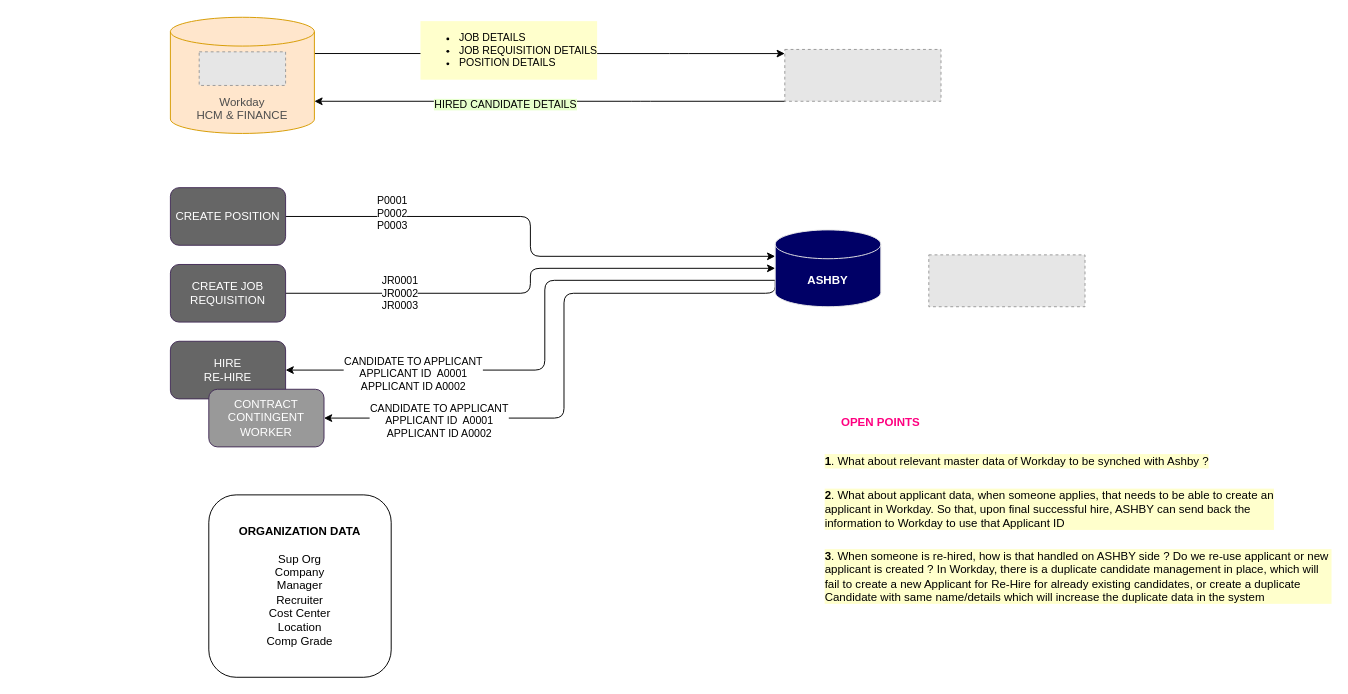
sandyaroma/sandyaroma keeps this draw.io diagram as ASHBY Recruiting Integration.drawio. Above is the earlier version. Source tidied: cells renumbered, new cells numbered last; positions are measured from the earlier drawing's top-left corner, leaving out a move shared by most shapes. Both pictures are drawn from the tidied source at 96%, with x=0, y=0 at pixel (16, 16). Pictures stored in the file or linked from it are replaced by grey dashed boxes.
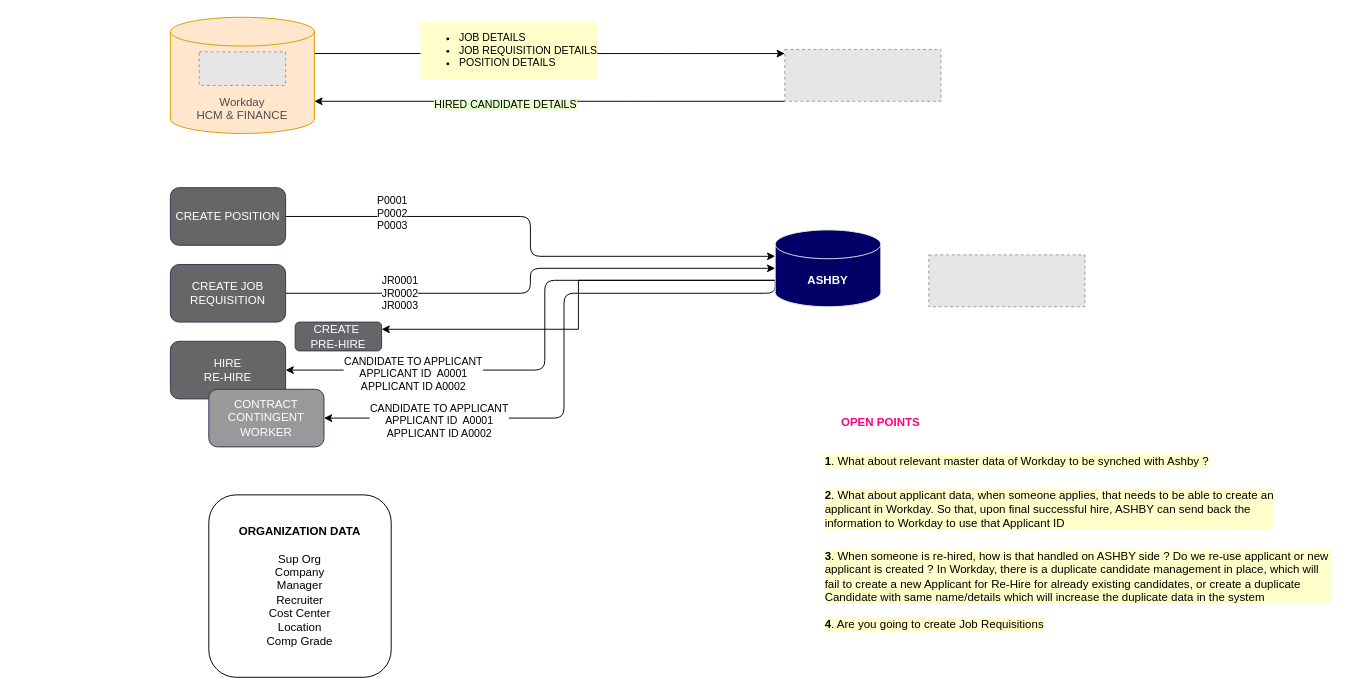
The same diagram, later.

The change refers to these unchanged cells:
```xml
<mxCell id="17" value="&lt;font color=&quot;#ffffff&quot;&gt;&lt;b&gt;ASHBY&lt;/b&gt;&lt;/font&gt;" style="shape=cylinder3;whiteSpace=wrap;html=1;boundedLbl=1;backgroundOutline=1;size=15;fillColor=#000066;strokeColor=#E6E6E6;" parent="1" vertex="1">
  <mxGeometry x="790" y="222" width="110" height="80" as="geometry" />
</mxCell>
```

Diff of the diagram source:
```diff
@@
+    <mxCell id="29" style="edgeStyle=orthogonalEdgeStyle;rounded=0;jettySize=auto;html=1;exitX=0;exitY=0;exitDx=0;exitDy=52.5;exitPerimeter=0;entryX=1;entryY=0.25;entryDx=0;entryDy=0;" parent="1" edge="1" source="17" target="31">
+      <mxGeometry relative="1" as="geometry" />
+    </mxCell>
@@
+    <mxCell id="30" value="&lt;b&gt;4&lt;/b&gt;. Are you going to create Job Requisitions" style="text;html=1;align=left;verticalAlign=middle;whiteSpace=wrap;rounded=0;labelBackgroundColor=#FFFFCC;" parent="1" vertex="1">
+      <mxGeometry x="840" y="618" width="530" height="30" as="geometry" />
+    </mxCell>
+    <mxCell id="31" value="CREATE&amp;nbsp;&lt;div&gt;PRE-HIRE&lt;/div&gt;" style="rounded=1;whiteSpace=wrap;html=1;fillColor=#666666;fontColor=#ffffff;strokeColor=#432D57;" parent="1" vertex="1">
+      <mxGeometry x="290" y="318" width="90" height="30" as="geometry" />
+    </mxCell>
```
